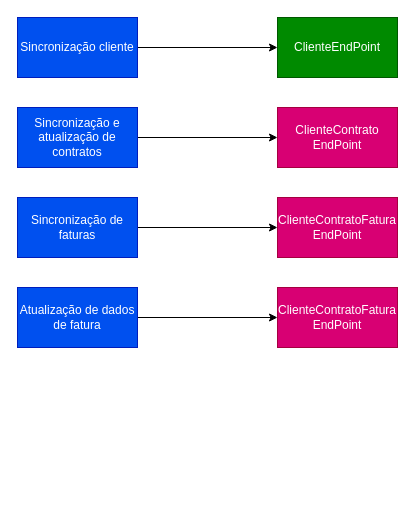
This is page "Página-1" (1 of 2) of docs/draws/Diagrama sem nome.drawio from sigespweb22/boxapp-api, a draw.io file, before an edit. Source tidied: cells renumbered, new cells numbered last; positions are measured from the earlier drawing's top-left corner, leaving out a move shared by most shapes. Both pictures are drawn from the tidied source at 100%, with x=0, y=0 at pixel (17, 17).
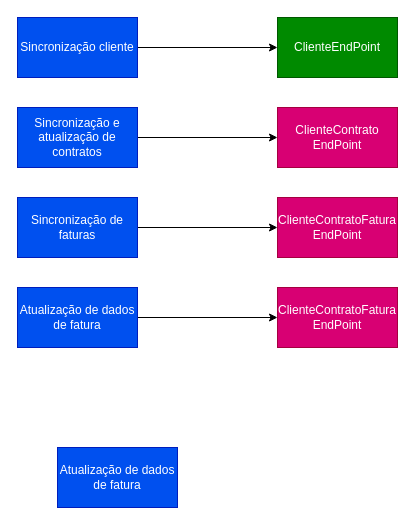
Above is the later version.

Diff of the diagram source:
```diff
@@
 <mxGraphModel>
   <root>
     <mxCell id="0" />
     <mxCell id="1" parent="0" />
     <mxCell id="2" style="edgeStyle=orthogonalEdgeStyle;rounded=0;jettySize=auto;html=1;" parent="1" edge="1" source="3" target="4">
       <mxGeometry relative="1" as="geometry" />
     </mxCell>
     <mxCell id="3" value="Sincronização cliente" style="rounded=0;whiteSpace=wrap;html=1;fillColor=#0050ef;fontColor=#ffffff;strokeColor=#001DBC;" parent="1" vertex="1">
       <mxGeometry width="120" height="60" as="geometry" />
     </mxCell>
     <mxCell id="4" value="ClienteEndPoint" style="rounded=0;whiteSpace=wrap;html=1;fillColor=#008a00;fontColor=#ffffff;strokeColor=#005700;" parent="1" vertex="1">
       <mxGeometry x="260" width="120" height="60" as="geometry" />
     </mxCell>
     <mxCell id="5" style="edgeStyle=orthogonalEdgeStyle;rounded=0;jettySize=auto;html=1;" parent="1" edge="1" source="6" target="7">
       <mxGeometry relative="1" as="geometry" />
     </mxCell>
     <mxCell id="6" value="Sincronização e atualização de contratos" style="rounded=0;whiteSpace=wrap;html=1;fillColor=#0050ef;fontColor=#ffffff;strokeColor=#001DBC;" parent="1" vertex="1">
       <mxGeometry y="90" width="120" height="60" as="geometry" />
     </mxCell>
     <mxCell id="7" value="ClienteContrato&lt;br&gt;EndPoint" style="whiteSpace=wrap;html=1;fillColor=#d80073;strokeColor=#A50040;fontColor=#ffffff;rounded=0;" parent="1" vertex="1">
       <mxGeometry x="260" y="90" width="120" height="60" as="geometry" />
     </mxCell>
     <mxCell id="8" style="edgeStyle=orthogonalEdgeStyle;rounded=0;jettySize=auto;html=1;" parent="1" edge="1" source="9" target="10">
       <mxGeometry relative="1" as="geometry" />
     </mxCell>
     <mxCell id="9" value="Sincronização de faturas" style="rounded=0;whiteSpace=wrap;html=1;fillColor=#0050ef;fontColor=#ffffff;strokeColor=#001DBC;" parent="1" vertex="1">
       <mxGeometry y="180" width="120" height="60" as="geometry" />
     </mxCell>
     <mxCell id="10" value="ClienteContratoFatura&lt;br&gt;EndPoint" style="whiteSpace=wrap;html=1;fillColor=#d80073;strokeColor=#A50040;fontColor=#ffffff;rounded=0;" parent="1" vertex="1">
       <mxGeometry x="260" y="180" width="120" height="60" as="geometry" />
     </mxCell>
     <mxCell id="11" style="edgeStyle=orthogonalEdgeStyle;rounded=0;jettySize=auto;html=1;" parent="1" edge="1" source="12" target="13">
       <mxGeometry relative="1" as="geometry" />
     </mxCell>
     <mxCell id="12" value="Atualização de dados de fatura" style="rounded=0;whiteSpace=wrap;html=1;fillColor=#0050ef;fontColor=#ffffff;strokeColor=#001DBC;" parent="1" vertex="1">
       <mxGeometry y="270" width="120" height="60" as="geometry" />
     </mxCell>
     <mxCell id="13" value="ClienteContratoFatura&lt;br&gt;EndPoint" style="whiteSpace=wrap;html=1;fillColor=#d80073;strokeColor=#A50040;fontColor=#ffffff;rounded=0;" parent="1" vertex="1">
       <mxGeometry x="260" y="270" width="120" height="60" as="geometry" />
     </mxCell>
+    <mxCell id="14" value="Atualização de dados de fatura" style="rounded=0;whiteSpace=wrap;html=1;fillColor=#0050ef;fontColor=#ffffff;strokeColor=#001DBC;" parent="1" vertex="1">
+      <mxGeometry x="40" y="430" width="120" height="60" as="geometry" />
+    </mxCell>
   </root>
 </mxGraphModel>
```
